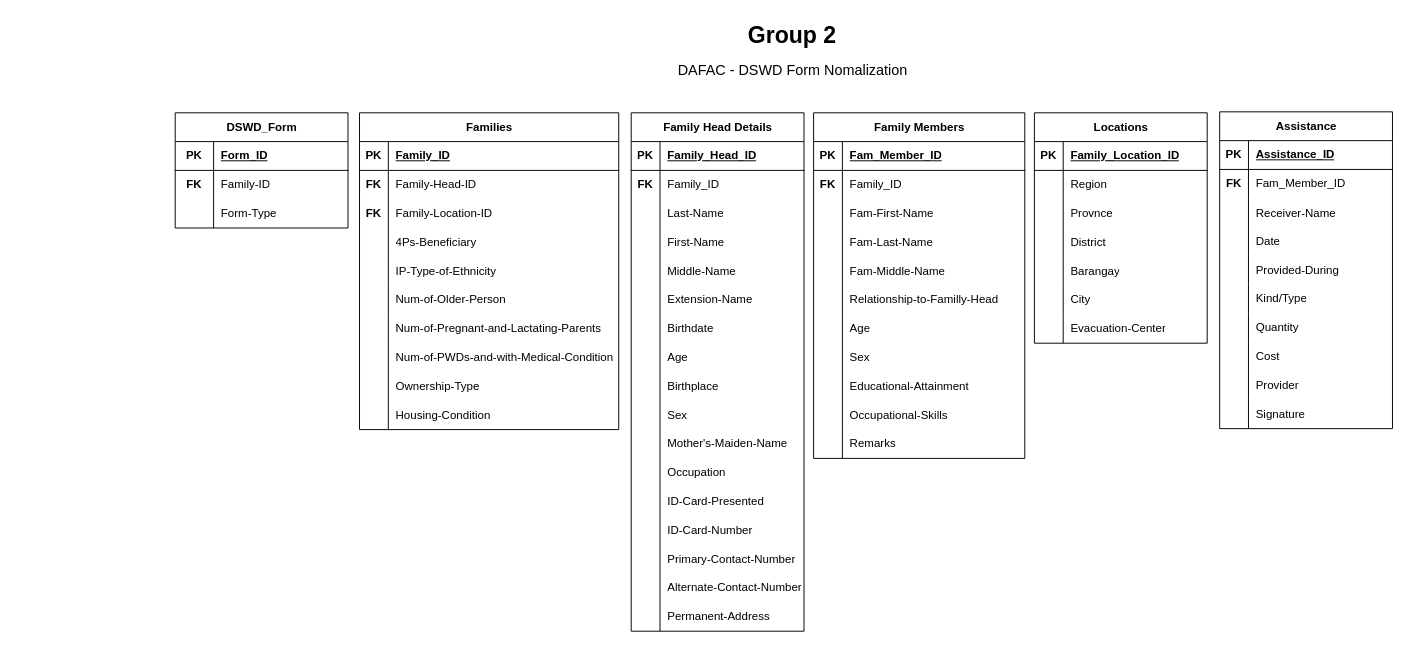
The draw.io diagram DSWDForm.drawio in Lanxxxe/Apartment-Watch, before the edit. Source tidied: cells renumbered, new cells numbered last; positions are measured from the earlier drawing's top-left corner, leaving out a move shared by most shapes. Both pictures are drawn from the tidied source at 96%, with x=0, y=0 at pixel (175, 16).
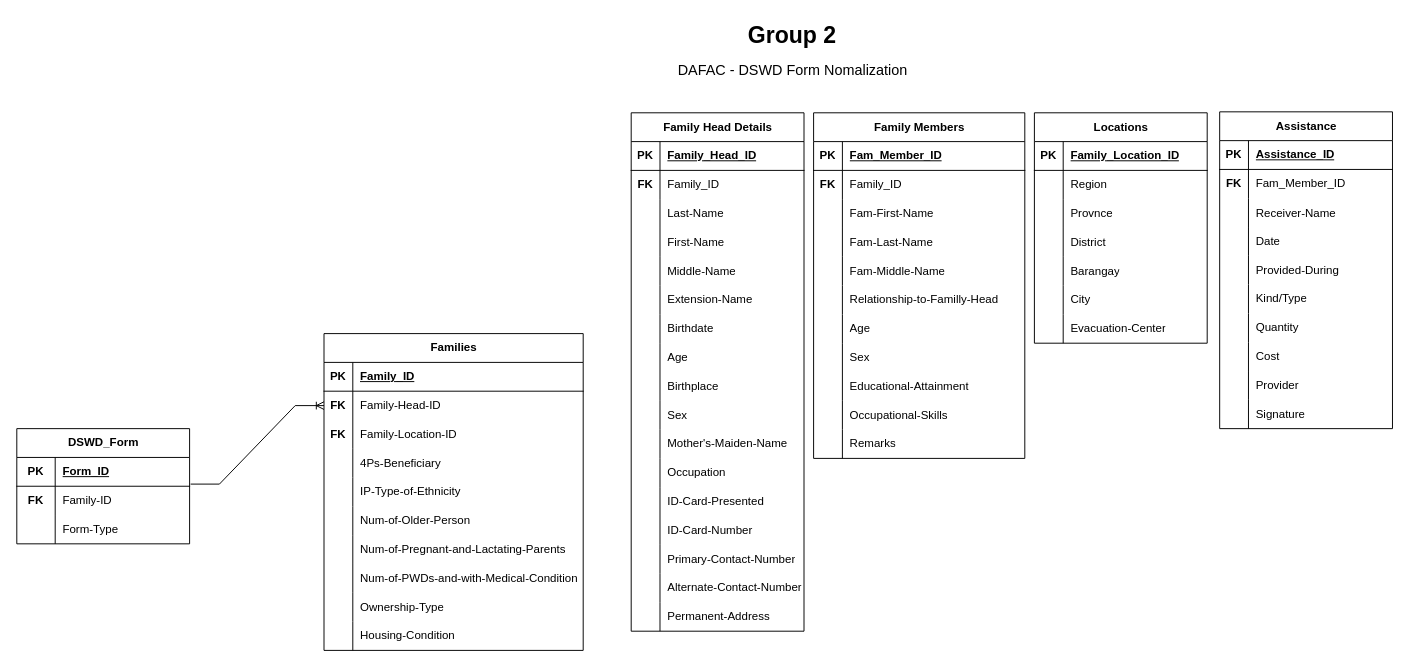
Above is the later version.

Unchanged cells that the change refers to:
```xml
<mxCell id="6" style="shape=tableRow;horizontal=0;startSize=0;swimlaneHead=0;swimlaneBody=0;fillColor=none;points=[[0,0.5],[1,0.5]];portConstraint=eastwest;top=0;left=0;right=0;bottom=0;" parent="2" vertex="1">
  <mxGeometry y="60" width="270" height="30" as="geometry" />
</mxCell>
<mxCell id="177" style="shape=tableRow;horizontal=0;startSize=0;swimlaneHead=0;swimlaneBody=0;fillColor=none;points=[[0,0.5],[1,0.5]];portConstraint=eastwest;top=0;left=0;right=0;bottom=0;" parent="173" vertex="1">
  <mxGeometry y="60" width="180" height="30" as="geometry" />
</mxCell>
```

Change to the diagram source:
```diff
@@
     <mxCell id="2" value="Families" style="shape=table;startSize=30;childLayout=tableLayout;rowLines=0;fontStyle=1;align=center;html=1;" parent="1" vertex="1">
-      <mxGeometry x="192" y="100" width="270" height="330" as="geometry" />
+      <mxGeometry x="155" y="330" width="270" height="330" as="geometry" />
     </mxCell>
@@
     <mxCell id="173" value="DSWD_Form" style="shape=table;startSize=30;childLayout=tableLayout;rowLines=0;fontStyle=1;align=center;html=1;" parent="1" vertex="1">
-      <mxGeometry y="100" width="180" height="120" as="geometry" />
+      <mxGeometry x="-165" y="429" width="180" height="120" as="geometry" />
     </mxCell>
@@
+    <mxCell id="184" style="edgeStyle=entityRelationEdgeStyle;fontSize=12;html=1;endArrow=ERoneToMany;rounded=0;entryX=0;entryY=0.5;entryDx=0;entryDy=0;exitX=1.006;exitY=-0.074;exitDx=0;exitDy=0;exitPerimeter=0;" parent="1" edge="1" source="177" target="6">
+      <mxGeometry relative="1" as="geometry" />
+    </mxCell>
```
